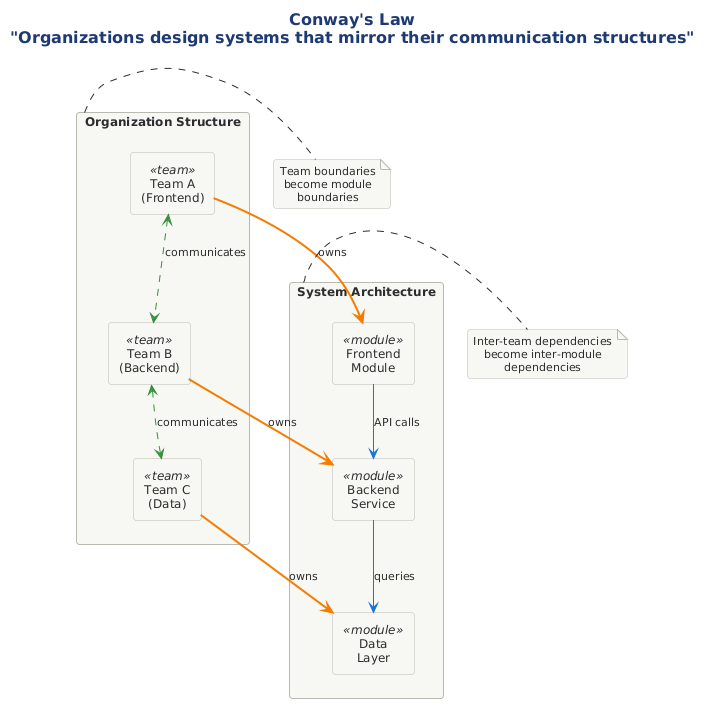
Above: src/architecture/views-and-beyond/style-catalogs/allocation/work-assignment-style/png/02-conways-law.png in Notoriousjayy/latex-docs (PlantUML), before the change.
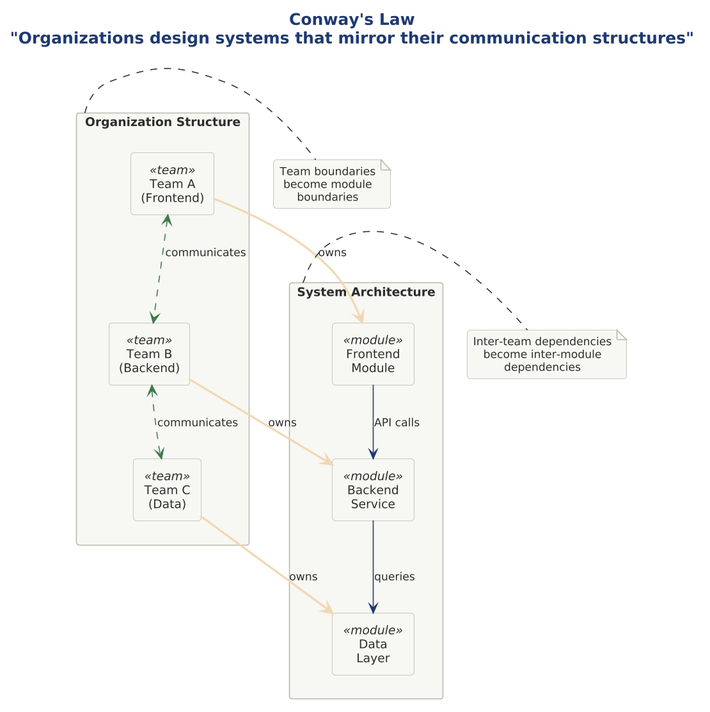
Later version of the same file.

Change to the diagram source:
```diff
@@ -1,4 +1,9 @@
 @startuml 02-conways-law
+
+skinparam dpi 150
+
+
+
 
 !include ../../../../../../tooling/styles/plantuml/structural/component-diagram-style.iuml
 
@@ -9,8 +14,8 @@
     rectangle "Team B\n(Backend)" <<team>> as teamB
     rectangle "Team C\n(Data)" <<team>> as teamC
 
-    teamA <-[#388E3C,dashed]-> teamB : communicates
-    teamB <-[#388E3C,dashed]-> teamC : communicates
+    teamA <-[$line_ok,dashed]-> teamB : communicates
+    teamB <-[$line_ok,dashed]-> teamC : communicates
 }
 
 rectangle "**System Architecture**" as sys {
@@ -18,13 +23,13 @@
     rectangle "Backend\nService" <<module>> as modB
     rectangle "Data\nLayer" <<module>> as modC
 
-    modA -[#1976D2]-> modB : API calls
-    modB -[#1976D2]-> modC : queries
+    modA -[$line_primary]-> modB : API calls
+    modB -[$line_primary]-> modC : queries
 }
 
-teamA .[#F57C00,bold].> modA : owns
-teamB .[#F57C00,bold].> modB : owns
-teamC .[#F57C00,bold].> modC : owns
+teamA .[$deep_caution,bold].> modA : owns
+teamB .[$deep_caution,bold].> modB : owns
+teamC .[$deep_caution,bold].> modC : owns
 
 note right of org
   Team boundaries
```
